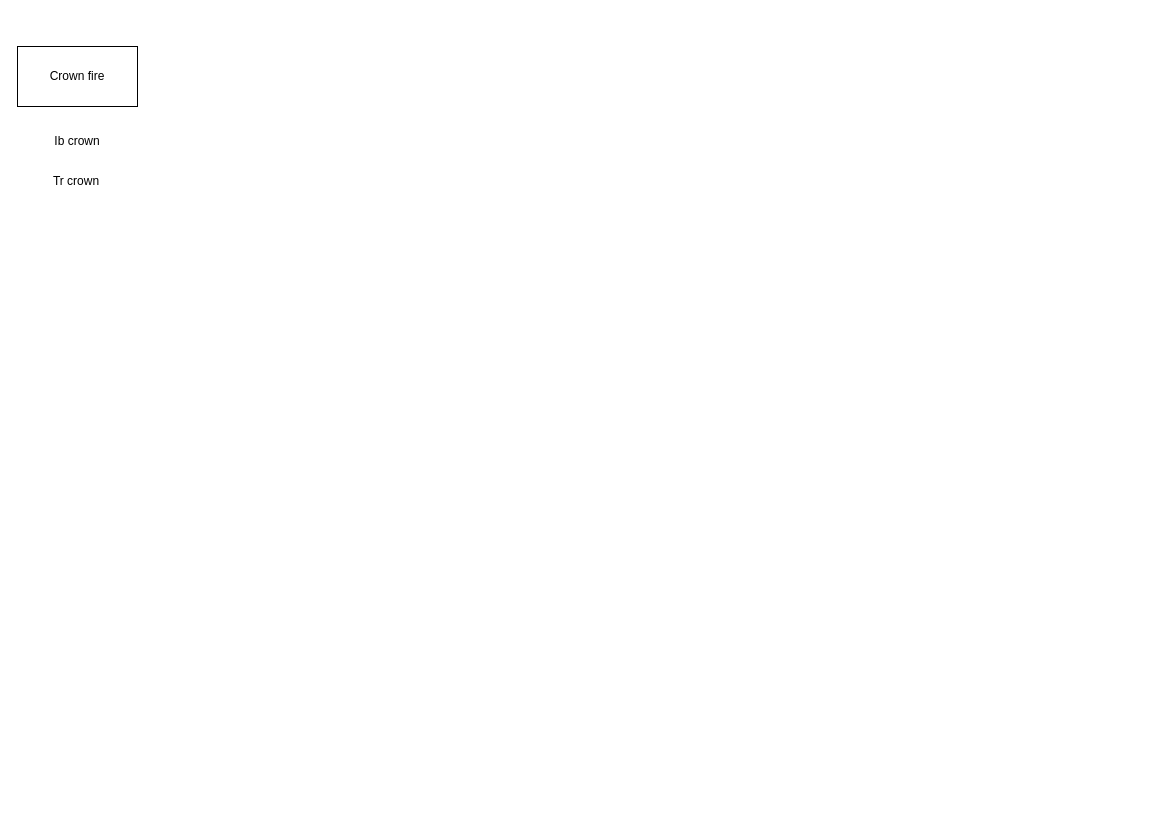
Earlier version of the draw.io diagram FireSeverity.drawio (emf-creaf/medfatebook). Source tidied: cells renumbered, new cells numbered last; positions are measured from the earlier drawing's top-left corner, leaving out a move shared by most shapes. Both pictures are drawn from the tidied source at 100%, with x=0, y=0 at pixel (17, 46).
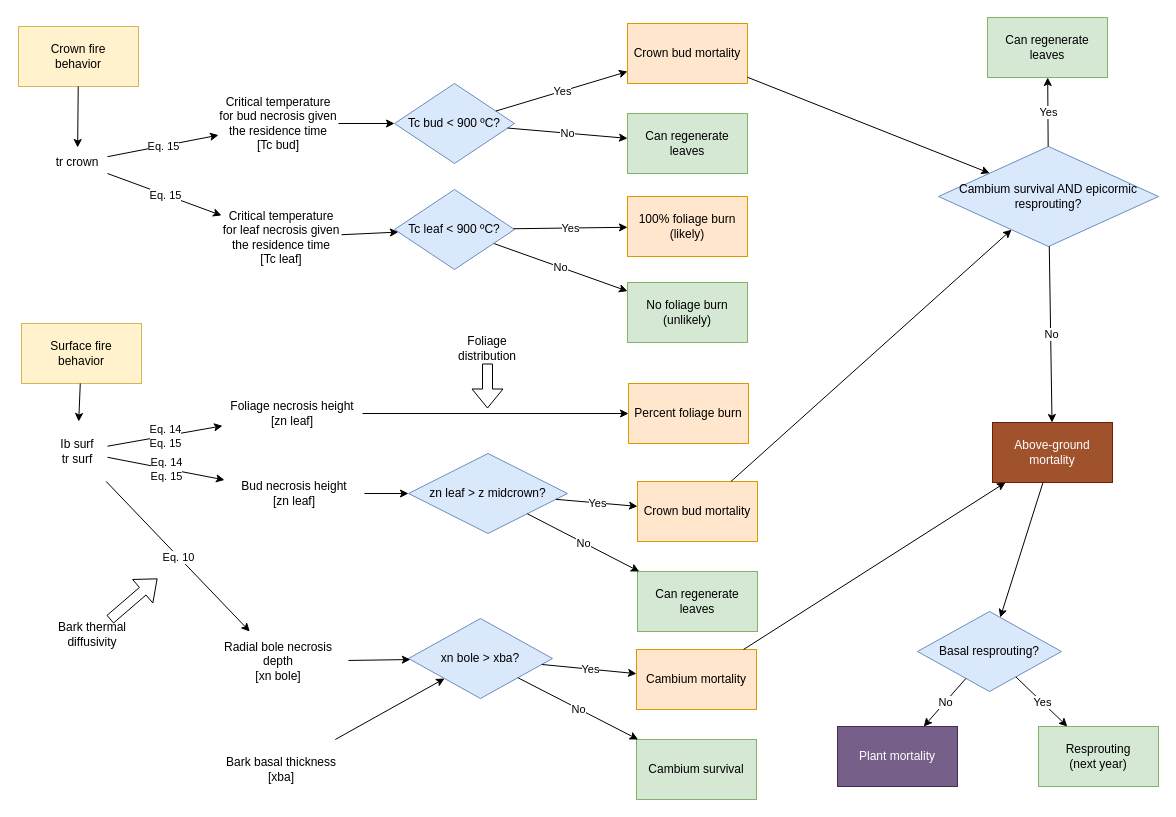
The same diagram, later.

The edit, as a diff of the source:
```diff
@@
-    <mxCell id="2" value="Crown fire" style="rounded=0;whiteSpace=wrap;html=1;" parent="1" vertex="1">
-      <mxGeometry width="120" height="60" as="geometry" />
+    <mxCell id="2" value="&lt;div&gt;Crown fire&lt;/div&gt;&lt;div&gt;behavior&lt;br&gt;&lt;/div&gt;" style="rounded=0;whiteSpace=wrap;html=1;fillColor=#fff2cc;strokeColor=#d6b656;" parent="1" vertex="1">
+      <mxGeometry x="1" y="-20" width="120" height="60" as="geometry" />
     </mxCell>
-    <mxCell id="3" value="Ib crown" style="text;html=1;strokeColor=none;fillColor=none;align=center;verticalAlign=middle;whiteSpace=wrap;rounded=0;" parent="1" vertex="1">
-      <mxGeometry x="30" y="80" width="60" height="30" as="geometry" />
-    </mxCell>
-    <mxCell id="4" value="Tr crown" style="text;html=1;strokeColor=none;fillColor=none;align=center;verticalAlign=middle;whiteSpace=wrap;rounded=0;" parent="1" vertex="1">
-      <mxGeometry x="29" y="120" width="60" height="30" as="geometry" />
+    <mxCell id="4" value="tr crown" style="text;html=1;strokeColor=none;fillColor=none;align=center;verticalAlign=middle;whiteSpace=wrap;rounded=0;" parent="1" vertex="1">
+      <mxGeometry x="30" y="101" width="60" height="30" as="geometry" />
     </mxCell>
+    <mxCell id="5" value="Tc bud &amp;lt; 900 ºC?" style="rhombus;whiteSpace=wrap;html=1;fillColor=#dae8fc;strokeColor=#6c8ebf;" parent="1" vertex="1">
+      <mxGeometry x="377" y="37" width="120" height="80" as="geometry" />
+    </mxCell>
+    <mxCell id="6" value="&lt;div&gt;Critical temperature for bud necrosis given the residence time&lt;br&gt;&lt;/div&gt;&lt;div&gt;[Tc bud]&lt;/div&gt;" style="text;html=1;strokeColor=none;fillColor=none;align=center;verticalAlign=middle;whiteSpace=wrap;rounded=0;" parent="1" vertex="1">
+      <mxGeometry x="201" y="47" width="120" height="60" as="geometry" />
+    </mxCell>
+    <mxCell id="7" style="endArrow=classic;html=1;rounded=0;" parent="1" edge="1" source="4" target="6">
+      <mxGeometry relative="1" as="geometry" />
+    </mxCell>
+    <mxCell id="8" value="Eq. 15" style="edgeLabel;html=1;align=center;verticalAlign=middle;" parent="7" vertex="1">
+      <mxGeometry relative="1" as="geometry" />
+    </mxCell>
+    <mxCell id="9" style="endArrow=classic;html=1;rounded=0;" parent="1" edge="1" source="6" target="5">
+      <mxGeometry relative="1" as="geometry" />
+    </mxCell>
+    <mxCell id="10" value="Crown bud mortality" style="rounded=0;whiteSpace=wrap;html=1;fillColor=#ffe6cc;strokeColor=#d79b00;" parent="1" vertex="1">
+      <mxGeometry x="610" y="-23" width="120" height="60" as="geometry" />
+    </mxCell>
+    <mxCell id="11" style="endArrow=classic;html=1;rounded=0;" parent="1" edge="1" source="5" target="10">
+      <mxGeometry relative="1" as="geometry" />
+    </mxCell>
+    <mxCell id="12" value="Yes" style="edgeLabel;html=1;align=center;verticalAlign=middle;" parent="11" vertex="1">
+      <mxGeometry relative="1" as="geometry" />
+    </mxCell>
+    <mxCell id="13" style="endArrow=classic;html=1;rounded=0;" parent="1" edge="1" source="18" target="23">
+      <mxGeometry relative="1" as="geometry" />
+    </mxCell>
+    <mxCell id="14" value="No" style="edgeLabel;html=1;align=center;verticalAlign=middle;" parent="13" vertex="1">
+      <mxGeometry relative="1" as="geometry" />
+    </mxCell>
+    <mxCell id="15" value="&lt;div&gt;Critical temperature for leaf necrosis given the residence time&lt;br&gt;&lt;/div&gt;&lt;div&gt;[Tc leaf]&lt;/div&gt;" style="text;html=1;strokeColor=none;fillColor=none;align=center;verticalAlign=middle;whiteSpace=wrap;rounded=0;" parent="1" vertex="1">
+      <mxGeometry x="204" y="161" width="120" height="60" as="geometry" />
+    </mxCell>
+    <mxCell id="16" style="endArrow=classic;html=1;rounded=0;" parent="1" edge="1" source="4" target="15">
+      <mxGeometry relative="1" as="geometry" />
+    </mxCell>
+    <mxCell id="17" value="Eq. 15" style="edgeLabel;html=1;align=center;verticalAlign=middle;" parent="16" vertex="1">
+      <mxGeometry relative="1" as="geometry" />
+    </mxCell>
+    <mxCell id="18" value="Tc leaf &amp;lt; 900 ºC?" style="rhombus;whiteSpace=wrap;html=1;fillColor=#dae8fc;strokeColor=#6c8ebf;" parent="1" vertex="1">
+      <mxGeometry x="377" y="143" width="120" height="80" as="geometry" />
+    </mxCell>
+    <mxCell id="19" style="endArrow=classic;html=1;rounded=0;" parent="1" edge="1" source="15" target="18">
+      <mxGeometry relative="1" as="geometry" />
+    </mxCell>
+    <mxCell id="20" style="endArrow=classic;html=1;rounded=0;" parent="1" edge="1" source="18" target="22">
+      <mxGeometry relative="1" as="geometry" />
+    </mxCell>
+    <mxCell id="21" value="Yes" style="edgeLabel;html=1;align=center;verticalAlign=middle;" parent="20" vertex="1">
+      <mxGeometry relative="1" as="geometry" />
+    </mxCell>
+    <mxCell id="22" value="&lt;div&gt;100% foliage burn&lt;/div&gt;&lt;div&gt;(likely)&lt;br&gt;&lt;/div&gt;" style="rounded=0;whiteSpace=wrap;html=1;fillColor=#ffe6cc;strokeColor=#d79b00;" parent="1" vertex="1">
+      <mxGeometry x="610" y="150" width="120" height="60" as="geometry" />
+    </mxCell>
+    <mxCell id="23" value="&lt;div&gt;No foliage burn&lt;/div&gt;&lt;div&gt;(unlikely)&lt;br&gt;&lt;/div&gt;" style="rounded=0;whiteSpace=wrap;html=1;fillColor=#d5e8d4;strokeColor=#82b366;" parent="1" vertex="1">
+      <mxGeometry x="610" y="236" width="120" height="60" as="geometry" />
+    </mxCell>
+    <mxCell id="24" value="Can regenerate leaves" style="rounded=0;whiteSpace=wrap;html=1;fillColor=#d5e8d4;strokeColor=#82b366;" parent="1" vertex="1">
+      <mxGeometry x="610" y="67" width="120" height="60" as="geometry" />
+    </mxCell>
+    <mxCell id="25" style="endArrow=classic;html=1;rounded=0;" parent="1" edge="1" source="5" target="24">
+      <mxGeometry relative="1" as="geometry" />
+    </mxCell>
+    <mxCell id="26" value="No" style="edgeLabel;html=1;align=center;verticalAlign=middle;" parent="25" vertex="1">
+      <mxGeometry relative="1" as="geometry" />
+    </mxCell>
+    <mxCell id="27" value="&lt;div&gt;Surface fire &lt;br&gt;&lt;/div&gt;&lt;div&gt;behavior&lt;/div&gt;" style="rounded=0;whiteSpace=wrap;html=1;fillColor=#fff2cc;strokeColor=#d6b656;" parent="1" vertex="1">
+      <mxGeometry x="4" y="277" width="120" height="60" as="geometry" />
+    </mxCell>
+    <mxCell id="28" style="endArrow=classic;html=1;rounded=0;" parent="1" edge="1" source="2" target="4">
+      <mxGeometry relative="1" as="geometry" />
+    </mxCell>
+    <mxCell id="29" value="&lt;div&gt;Ib surf&lt;br&gt;&lt;/div&gt;&lt;div&gt;tr surf&lt;/div&gt;" style="text;html=1;strokeColor=none;fillColor=none;align=center;verticalAlign=middle;whiteSpace=wrap;rounded=0;" parent="1" vertex="1">
+      <mxGeometry x="30" y="375" width="60" height="60" as="geometry" />
+    </mxCell>
+    <mxCell id="30" value="&lt;div&gt;Foliage necrosis height&lt;br&gt;&lt;/div&gt;&lt;div&gt;[zn leaf]&lt;/div&gt;" style="text;html=1;strokeColor=none;fillColor=none;align=center;verticalAlign=middle;whiteSpace=wrap;rounded=0;" parent="1" vertex="1">
+      <mxGeometry x="205" y="337" width="140" height="60" as="geometry" />
+    </mxCell>
+    <mxCell id="31" value="&lt;div&gt;Bud necrosis height&lt;br&gt;&lt;/div&gt;&lt;div&gt;[zn leaf]&lt;/div&gt;" style="text;html=1;strokeColor=none;fillColor=none;align=center;verticalAlign=middle;whiteSpace=wrap;rounded=0;" parent="1" vertex="1">
+      <mxGeometry x="207" y="417" width="140" height="60" as="geometry" />
+    </mxCell>
+    <mxCell id="32" value="&lt;div&gt;Percent foliage burn&lt;/div&gt;" style="rounded=0;whiteSpace=wrap;html=1;fillColor=#ffe6cc;strokeColor=#d79b00;" parent="1" vertex="1">
+      <mxGeometry x="611" y="337" width="120" height="60" as="geometry" />
+    </mxCell>
+    <mxCell id="33" style="endArrow=classic;html=1;rounded=0;" parent="1" edge="1" source="30" target="32">
+      <mxGeometry relative="1" as="geometry" />
+    </mxCell>
+    <mxCell id="34" value="zn leaf &amp;gt; z midcrown?" style="rhombus;whiteSpace=wrap;html=1;fillColor=#dae8fc;strokeColor=#6c8ebf;" parent="1" vertex="1">
+      <mxGeometry x="391" y="407" width="159" height="80" as="geometry" />
+    </mxCell>
+    <mxCell id="35" value="Crown bud mortality" style="rounded=0;whiteSpace=wrap;html=1;fillColor=#ffe6cc;strokeColor=#d79b00;" parent="1" vertex="1">
+      <mxGeometry x="620" y="435" width="120" height="60" as="geometry" />
+    </mxCell>
+    <mxCell id="36" style="endArrow=classic;html=1;rounded=0;" parent="1" edge="1" source="34" target="35">
+      <mxGeometry relative="1" as="geometry" />
+    </mxCell>
+    <mxCell id="37" value="Yes" style="edgeLabel;html=1;align=center;verticalAlign=middle;" parent="36" vertex="1">
+      <mxGeometry relative="1" as="geometry" />
+    </mxCell>
+    <mxCell id="38" value="Can regenerate leaves" style="rounded=0;whiteSpace=wrap;html=1;fillColor=#d5e8d4;strokeColor=#82b366;" parent="1" vertex="1">
+      <mxGeometry x="620" y="525" width="120" height="60" as="geometry" />
+    </mxCell>
+    <mxCell id="39" style="endArrow=classic;html=1;rounded=0;" parent="1" edge="1" source="34" target="38">
+      <mxGeometry relative="1" as="geometry" />
+    </mxCell>
+    <mxCell id="40" value="No" style="edgeLabel;html=1;align=center;verticalAlign=middle;" parent="39" vertex="1">
+      <mxGeometry relative="1" as="geometry" />
+    </mxCell>
+    <mxCell id="41" style="endArrow=classic;html=1;rounded=0;" parent="1" edge="1" source="31">
+      <mxGeometry relative="1" as="geometry">
+        <mxPoint x="391" y="447" as="targetPoint" />
+      </mxGeometry>
+    </mxCell>
+    <mxCell id="42" style="endArrow=classic;html=1;rounded=0;" parent="1" edge="1" source="29" target="30">
+      <mxGeometry relative="1" as="geometry" />
+    </mxCell>
+    <mxCell id="43" value="&lt;div&gt;Eq. 14&lt;/div&gt;&lt;div&gt;Eq. 15&lt;br&gt;&lt;/div&gt;" style="edgeLabel;html=1;align=center;verticalAlign=middle;" parent="42" vertex="1">
+      <mxGeometry relative="1" as="geometry" />
+    </mxCell>
+    <mxCell id="44" style="endArrow=classic;html=1;rounded=0;" parent="1" edge="1" source="29" target="31">
+      <mxGeometry relative="1" as="geometry" />
+    </mxCell>
+    <mxCell id="45" value="&lt;div&gt;Eq. 14&lt;/div&gt;&lt;div&gt;Eq. 15&lt;br&gt;&lt;/div&gt;" style="edgeLabel;html=1;align=center;verticalAlign=middle;" parent="44" vertex="1">
+      <mxGeometry relative="1" as="geometry" />
+    </mxCell>
+    <mxCell id="46" style="endArrow=classic;html=1;rounded=0;" parent="1" edge="1" source="27" target="29">
+      <mxGeometry relative="1" as="geometry" />
+    </mxCell>
+    <mxCell id="47" value="&lt;div&gt;Radial bole necrosis depth&lt;br&gt;&lt;/div&gt;&lt;div&gt;[xn bole]&lt;/div&gt;" style="text;html=1;strokeColor=none;fillColor=none;align=center;verticalAlign=middle;whiteSpace=wrap;rounded=0;" parent="1" vertex="1">
+      <mxGeometry x="191" y="585" width="140" height="60" as="geometry" />
+    </mxCell>
+    <mxCell id="48" value="xn bole &amp;gt; xba?" style="rhombus;whiteSpace=wrap;html=1;fillColor=#dae8fc;strokeColor=#6c8ebf;" parent="1" vertex="1">
+      <mxGeometry x="391" y="572" width="144" height="80" as="geometry" />
+    </mxCell>
+    <mxCell id="49" style="endArrow=classic;html=1;rounded=0;" parent="1" edge="1" source="47" target="48">
+      <mxGeometry relative="1" as="geometry" />
+    </mxCell>
+    <mxCell id="50" value="Foliage distribution" style="text;html=1;strokeColor=none;fillColor=none;align=center;verticalAlign=middle;whiteSpace=wrap;rounded=0;" parent="1" vertex="1">
+      <mxGeometry x="440" y="287" width="60" height="30" as="geometry" />
+    </mxCell>
+    <mxCell id="51" style="shape=flexArrow;endArrow=classic;html=1;rounded=0;" parent="1" edge="1" source="50">
+      <mxGeometry relative="1" as="geometry">
+        <mxPoint x="470" y="362" as="targetPoint" />
+      </mxGeometry>
+    </mxCell>
+    <mxCell id="52" value="Cambium mortality" style="rounded=0;whiteSpace=wrap;html=1;fillColor=#ffe6cc;strokeColor=#d79b00;" parent="1" vertex="1">
+      <mxGeometry x="619" y="603" width="120" height="60" as="geometry" />
+    </mxCell>
+    <mxCell id="53" style="endArrow=classic;html=1;rounded=0;" parent="1" edge="1" source="48" target="52">
+      <mxGeometry relative="1" as="geometry" />
+    </mxCell>
+    <mxCell id="54" value="Yes" style="edgeLabel;html=1;align=center;verticalAlign=middle;" parent="53" vertex="1">
+      <mxGeometry relative="1" as="geometry" />
+    </mxCell>
+    <mxCell id="55" value="Cambium survival" style="rounded=0;whiteSpace=wrap;html=1;fillColor=#d5e8d4;strokeColor=#82b366;" parent="1" vertex="1">
+      <mxGeometry x="619" y="693" width="120" height="60" as="geometry" />
+    </mxCell>
+    <mxCell id="56" style="endArrow=classic;html=1;rounded=0;" parent="1" edge="1" source="48" target="55">
+      <mxGeometry relative="1" as="geometry" />
+    </mxCell>
+    <mxCell id="57" value="No" style="edgeLabel;html=1;align=center;verticalAlign=middle;" parent="56" vertex="1">
+      <mxGeometry relative="1" as="geometry" />
+    </mxCell>
+    <mxCell id="58" style="endArrow=classic;html=1;rounded=0;" parent="1" edge="1" source="29" target="47">
+      <mxGeometry relative="1" as="geometry" />
+    </mxCell>
+    <mxCell id="59" value="&lt;div&gt;Eq. 10&lt;/div&gt;" style="edgeLabel;html=1;align=center;verticalAlign=middle;" parent="58" vertex="1">
+      <mxGeometry relative="1" as="geometry" />
+    </mxCell>
+    <mxCell id="60" value="Bark thermal diffusivity" style="text;html=1;strokeColor=none;fillColor=none;align=center;verticalAlign=middle;whiteSpace=wrap;rounded=0;" parent="1" vertex="1">
+      <mxGeometry x="30" y="573" width="90" height="30" as="geometry" />
+    </mxCell>
+    <mxCell id="61" style="shape=flexArrow;endArrow=classic;html=1;rounded=0;" parent="1" edge="1" source="60">
+      <mxGeometry relative="1" as="geometry">
+        <mxPoint x="140" y="532" as="targetPoint" />
+      </mxGeometry>
+    </mxCell>
+    <mxCell id="62" value="&lt;div&gt;Bark basal thickness&lt;br&gt;&lt;/div&gt;&lt;div&gt;[xba]&lt;br&gt;&lt;/div&gt;" style="text;html=1;strokeColor=none;fillColor=none;align=center;verticalAlign=middle;whiteSpace=wrap;rounded=0;" parent="1" vertex="1">
+      <mxGeometry x="194" y="693" width="140" height="60" as="geometry" />
+    </mxCell>
+    <mxCell id="63" style="endArrow=classic;html=1;rounded=0;" parent="1" edge="1" source="62" target="48">
+      <mxGeometry relative="1" as="geometry" />
+    </mxCell>
+    <mxCell id="64" value="&lt;div&gt;Cambium survival AND epicormic &lt;br&gt;&lt;/div&gt;&lt;div&gt;resprouting?&lt;/div&gt;" style="rhombus;whiteSpace=wrap;html=1;fillColor=#dae8fc;strokeColor=#6c8ebf;" parent="1" vertex="1">
+      <mxGeometry x="921" y="100" width="220" height="100" as="geometry" />
+    </mxCell>
+    <mxCell id="65" style="endArrow=classic;html=1;rounded=0;" parent="1" edge="1" source="10" target="64">
+      <mxGeometry relative="1" as="geometry" />
+    </mxCell>
+    <mxCell id="66" style="endArrow=classic;html=1;rounded=0;" parent="1" edge="1" source="35" target="64">
+      <mxGeometry relative="1" as="geometry" />
+    </mxCell>
+    <mxCell id="67" style="endArrow=classic;html=1;rounded=0;" parent="1" edge="1" source="64" target="81">
+      <mxGeometry relative="1" as="geometry" />
+    </mxCell>
+    <mxCell id="68" value="Yes" style="edgeLabel;html=1;align=center;verticalAlign=middle;" parent="67" vertex="1">
+      <mxGeometry relative="1" as="geometry" />
+    </mxCell>
+    <mxCell id="69" value="&lt;div&gt;Above-ground&lt;/div&gt;&lt;div&gt;mortality&lt;br&gt;&lt;/div&gt;" style="rounded=0;whiteSpace=wrap;html=1;fillColor=#a0522d;fontColor=#ffffff;strokeColor=#6D1F00;" parent="1" vertex="1">
+      <mxGeometry x="975" y="376" width="120" height="60" as="geometry" />
+    </mxCell>
+    <mxCell id="70" style="endArrow=classic;html=1;rounded=0;" parent="1" edge="1" source="64" target="69">
+      <mxGeometry relative="1" as="geometry" />
+    </mxCell>
+    <mxCell id="71" value="No" style="edgeLabel;html=1;align=center;verticalAlign=middle;" parent="70" vertex="1">
+      <mxGeometry relative="1" as="geometry" />
+    </mxCell>
+    <mxCell id="72" style="endArrow=classic;html=1;rounded=0;" parent="1" edge="1" source="52" target="69">
+      <mxGeometry relative="1" as="geometry" />
+    </mxCell>
+    <mxCell id="73" value="Basal resprouting?" style="rhombus;whiteSpace=wrap;html=1;fillColor=#dae8fc;strokeColor=#6c8ebf;" parent="1" vertex="1">
+      <mxGeometry x="900" y="565" width="144" height="80" as="geometry" />
+    </mxCell>
+    <mxCell id="74" style="endArrow=classic;html=1;rounded=0;" parent="1" edge="1" source="69" target="73">
+      <mxGeometry relative="1" as="geometry" />
+    </mxCell>
+    <mxCell id="75" value="Plant mortality" style="rounded=0;whiteSpace=wrap;html=1;fillColor=#76608a;strokeColor=#432D57;fontColor=#ffffff;" parent="1" vertex="1">
+      <mxGeometry x="820" y="680" width="120" height="60" as="geometry" />
+    </mxCell>
+    <mxCell id="76" style="endArrow=classic;html=1;rounded=0;" parent="1" edge="1" source="73" target="75">
+      <mxGeometry relative="1" as="geometry" />
+    </mxCell>
+    <mxCell id="77" value="No" style="edgeLabel;html=1;align=center;verticalAlign=middle;" parent="76" vertex="1">
+      <mxGeometry relative="1" as="geometry" />
+    </mxCell>
+    <mxCell id="78" value="&lt;div&gt;Resprouting&lt;/div&gt;&lt;div&gt;(next year)&lt;br&gt;&lt;/div&gt;" style="rounded=0;whiteSpace=wrap;html=1;fillColor=#d5e8d4;strokeColor=#82b366;" parent="1" vertex="1">
+      <mxGeometry x="1021" y="680" width="120" height="60" as="geometry" />
+    </mxCell>
+    <mxCell id="79" style="endArrow=classic;html=1;rounded=0;" parent="1" edge="1" source="73" target="78">
+      <mxGeometry relative="1" as="geometry" />
+    </mxCell>
+    <mxCell id="80" value="Yes" style="edgeLabel;html=1;align=center;verticalAlign=middle;" parent="79" vertex="1">
+      <mxGeometry relative="1" as="geometry" />
+    </mxCell>
+    <mxCell id="81" value="Can regenerate leaves" style="rounded=0;whiteSpace=wrap;html=1;fillColor=#d5e8d4;strokeColor=#82b366;" parent="1" vertex="1">
+      <mxGeometry x="970" y="-29" width="120" height="60" as="geometry" />
+    </mxCell>
```
